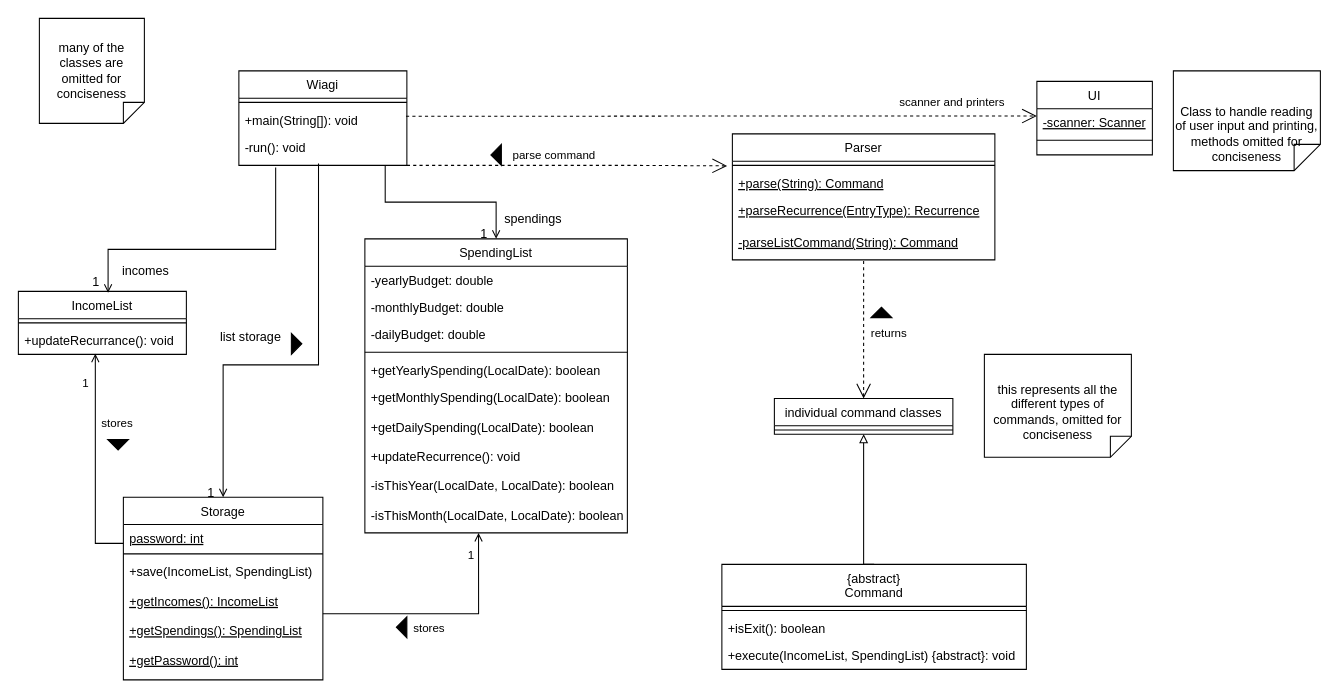
Earlier version of the draw.io diagram docs/Diagrams/overallClass.drawio (wongwh2002/CS2113TeamProject). Source tidied: cells renumbered, new cells numbered last; positions are measured from the earlier drawing's top-left corner, leaving out a move shared by most shapes. Both pictures are drawn from the tidied source at 105%, with x=0, y=0 at pixel (18, 18).
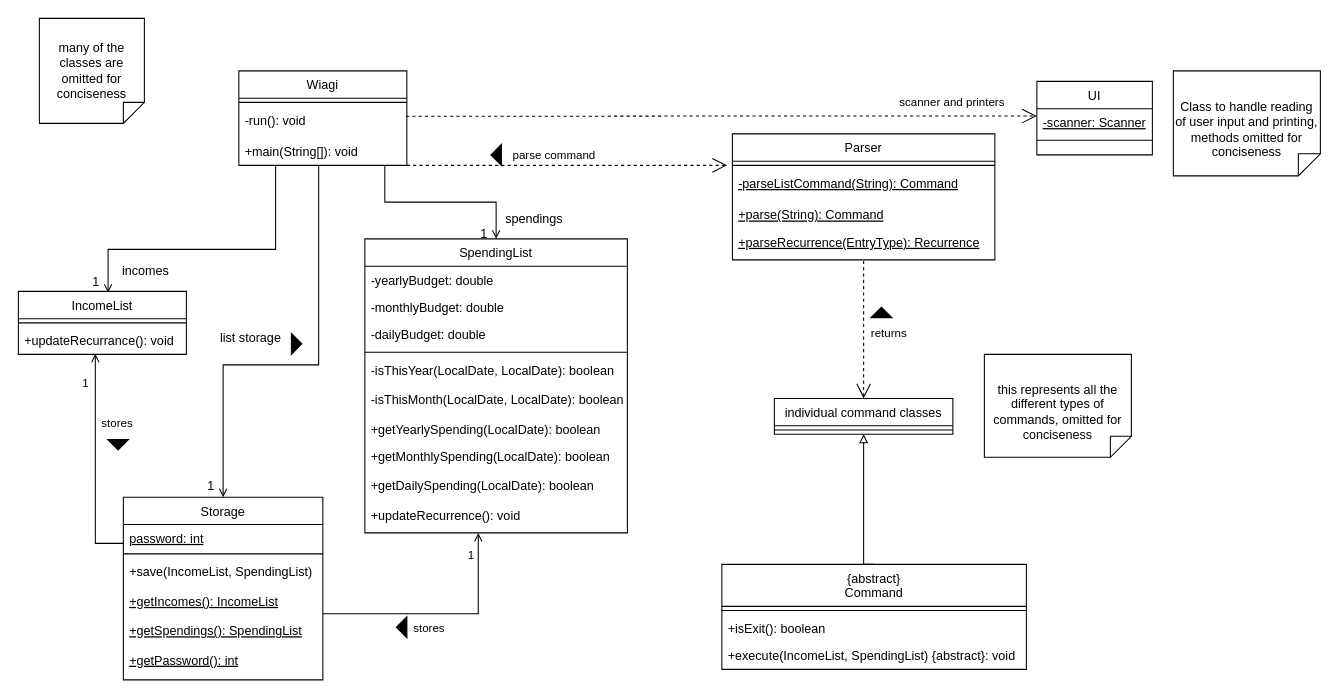
Above is the later version.

The change refers to these unchanged cells:
```xml
<mxCell id="2" value="Wiagi" style="swimlane;fontStyle=0;align=center;verticalAlign=top;horizontal=1;startSize=26;rounded=0;shadow=0;strokeWidth=1;" parent="1" vertex="1">
  <mxGeometry x="210" y="50" width="160" height="90" as="geometry" />
</mxCell>
<mxCell id="6" value="IncomeList" style="swimlane;fontStyle=0;align=center;verticalAlign=top;horizontal=1;startSize=26;rounded=0;shadow=0;strokeWidth=1;" parent="1" vertex="1">
  <mxGeometry y="260" width="160" height="60" as="geometry" />
</mxCell>
<mxCell id="9" value="Storage" style="swimlane;fontStyle=0;align=center;verticalAlign=top;horizontal=1;startSize=26;rounded=0;shadow=0;strokeWidth=1;" parent="1" vertex="1">
  <mxGeometry x="100" y="456" width="190" height="174" as="geometry" />
</mxCell>
<mxCell id="16" value="SpendingList" style="swimlane;fontStyle=0;align=center;verticalAlign=top;horizontal=1;startSize=26;rounded=0;shadow=0;strokeWidth=1;" parent="1" vertex="1">
  <mxGeometry x="330" y="210" width="250" height="280" as="geometry" />
</mxCell>
<mxCell id="51" value="Parser" style="swimlane;fontStyle=0;align=center;verticalAlign=top;horizontal=1;startSize=26;rounded=0;shadow=0;strokeWidth=1;" parent="1" vertex="1">
  <mxGeometry x="680" y="110" width="250" height="120" as="geometry" />
</mxCell>
```

Diff of the diagram source:
```diff
@@
+    <mxCell id="5" value="-run(): void" style="text;align=left;verticalAlign=top;spacingLeft=4;spacingRight=4;overflow=hidden;points=[[0,0.5],[1,0.5]];portConstraint=eastwest;" parent="2" vertex="1">
+      <mxGeometry y="34" width="160" height="30" as="geometry" />
+    </mxCell>
     <mxCell id="4" value="+main(String[]): void" style="text;align=left;verticalAlign=top;spacingLeft=4;spacingRight=4;overflow=hidden;" parent="2" vertex="1">
-      <mxGeometry y="34" width="160" height="26" as="geometry" />
+      <mxGeometry y="64" width="160" height="26" as="geometry" />
     </mxCell>
-    <mxCell id="5" value="-run(): void" style="text;align=left;verticalAlign=top;spacingLeft=4;spacingRight=4;overflow=hidden;points=[[0,0.5],[1,0.5]];portConstraint=eastwest;" parent="2" vertex="1">
-      <mxGeometry y="60" width="160" height="30" as="geometry" />
-    </mxCell>
@@
+    <mxCell id="25" value="-isThisYear(LocalDate, LocalDate): boolean" style="text;align=left;verticalAlign=top;spacingLeft=4;spacingRight=4;overflow=hidden;" parent="16" vertex="1">
+      <mxGeometry y="112" width="250" height="28" as="geometry" />
+    </mxCell>
+    <mxCell id="26" value="-isThisMonth(LocalDate, LocalDate): boolean" style="text;align=left;verticalAlign=top;spacingLeft=4;spacingRight=4;overflow=hidden;points=[[0,0.5],[1,0.5]];portConstraint=eastwest;" parent="16" vertex="1">
+      <mxGeometry y="140" width="250" height="28" as="geometry" />
+    </mxCell>
     <mxCell id="21" value="+getYearlySpending(LocalDate): boolean" style="text;align=left;verticalAlign=top;spacingLeft=4;spacingRight=4;overflow=hidden;" parent="16" vertex="1">
-      <mxGeometry y="112" width="250" height="26" as="geometry" />
+      <mxGeometry y="168" width="250" height="26" as="geometry" />
     </mxCell>
     <mxCell id="22" value="+getMonthlySpending(LocalDate): boolean" style="text;align=left;verticalAlign=top;spacingLeft=4;spacingRight=4;overflow=hidden;" parent="16" vertex="1">
-      <mxGeometry y="138" width="250" height="28" as="geometry" />
+      <mxGeometry y="194" width="250" height="28" as="geometry" />
     </mxCell>
     <mxCell id="23" value="+getDailySpending(LocalDate): boolean" style="text;align=left;verticalAlign=top;spacingLeft=4;spacingRight=4;overflow=hidden;" parent="16" vertex="1">
-      <mxGeometry y="166" width="250" height="28" as="geometry" />
+      <mxGeometry y="222" width="250" height="28" as="geometry" />
     </mxCell>
     <mxCell id="24" value="+updateRecurrence(): void&#10;" style="text;align=left;verticalAlign=top;spacingLeft=4;spacingRight=4;overflow=hidden;" parent="16" vertex="1">
-      <mxGeometry y="194" width="250" height="28" as="geometry" />
+      <mxGeometry y="250" width="250" height="28" as="geometry" />
     </mxCell>
-    <mxCell id="25" value="-isThisYear(LocalDate, LocalDate): boolean" style="text;align=left;verticalAlign=top;spacingLeft=4;spacingRight=4;overflow=hidden;" parent="16" vertex="1">
-      <mxGeometry y="222" width="250" height="28" as="geometry" />
-    </mxCell>
-    <mxCell id="26" value="-isThisMonth(LocalDate, LocalDate): boolean" style="text;align=left;verticalAlign=top;spacingLeft=4;spacingRight=4;overflow=hidden;points=[[0,0.5],[1,0.5]];portConstraint=eastwest;" parent="16" vertex="1">
-      <mxGeometry y="250" width="250" height="28" as="geometry" />
-    </mxCell>
-    <mxCell id="27" style="endArrow=open;shadow=0;strokeWidth=1;rounded=0;curved=0;endFill=1;edgeStyle=elbowEdgeStyle;elbow=vertical;exitX=0.871;exitY=1.019;exitDx=0;exitDy=0;exitPerimeter=0;" parent="1" edge="1" source="5" target="16">
+    <mxCell id="27" style="endArrow=open;shadow=0;strokeWidth=1;rounded=0;curved=0;endFill=1;edgeStyle=elbowEdgeStyle;elbow=vertical;" parent="1" edge="1" target="16">
       <mxGeometry x="0.5" y="41" relative="1" as="geometry">
+        <mxPoint x="349" y="140" as="sourcePoint" />
         <mxPoint x="-40" y="32" as="offset" />
       </mxGeometry>
     </mxCell>
@@
-    <mxCell id="31" style="endArrow=open;shadow=0;strokeWidth=1;rounded=0;curved=0;endFill=1;edgeStyle=elbowEdgeStyle;elbow=vertical;exitX=0.219;exitY=1.067;exitDx=0;exitDy=0;exitPerimeter=0;entryX=0.534;entryY=0.023;entryDx=0;entryDy=0;entryPerimeter=0;" parent="1" edge="1" source="5" target="6">
+    <mxCell id="31" style="endArrow=open;shadow=0;strokeWidth=1;rounded=0;curved=0;endFill=1;edgeStyle=elbowEdgeStyle;elbow=vertical;entryX=0.534;entryY=0.023;entryDx=0;entryDy=0;entryPerimeter=0;" parent="1" edge="1" target="6">
       <mxGeometry x="0.5" y="41" relative="1" as="geometry">
+        <mxPoint x="245" y="140" as="sourcePoint" />
         <Array as="points">
           <mxPoint x="160" y="220" />
         </Array>
         <mxPoint x="-40" y="32" as="offset" />
       </mxGeometry>
     </mxCell>
@@
-    <mxCell id="35" style="endArrow=open;shadow=0;strokeWidth=1;rounded=0;curved=0;endFill=1;edgeStyle=elbowEdgeStyle;elbow=vertical;exitX=0.474;exitY=0.943;exitDx=0;exitDy=0;exitPerimeter=0;entryX=0.5;entryY=0;entryDx=0;entryDy=0;" parent="1" edge="1" source="5" target="9">
+    <mxCell id="35" style="endArrow=open;shadow=0;strokeWidth=1;rounded=0;curved=0;endFill=1;edgeStyle=elbowEdgeStyle;elbow=vertical;entryX=0.5;entryY=0;entryDx=0;entryDy=0;" parent="1" edge="1" target="9">
       <mxGeometry x="0.5" y="41" relative="1" as="geometry">
+        <mxPoint x="286" y="140" as="sourcePoint" />
         <Array as="points">
           <mxPoint x="280" y="330" />
         </Array>
         <mxPoint x="-40" y="32" as="offset" />
       </mxGeometry>
     </mxCell>
@@
     <mxCell id="37" value="1" style="align=right;verticalAlign=bottom;labelBackgroundColor=none;fontSize=12;" parent="35" vertex="1">
       <mxGeometry x="1" relative="1" as="geometry">
-        <mxPoint x="-7" y="4" as="offset" />
+        <mxPoint x="-7" y="-2" as="offset" />
       </mxGeometry>
     </mxCell>
@@
-    <mxCell id="44" style="edgeStyle=orthogonalEdgeStyle;rounded=0;jettySize=auto;html=1;entryX=0.433;entryY=1.076;entryDx=0;entryDy=0;entryPerimeter=0;endArrow=open;endFill=0;" parent="1" edge="1" target="26">
+    <mxCell id="44" style="edgeStyle=orthogonalEdgeStyle;rounded=0;orthogonalLoop=1;jettySize=auto;html=1;endArrow=open;endFill=0;" parent="1" edge="1">
       <mxGeometry relative="1" as="geometry">
         <mxPoint x="290" y="567" as="sourcePoint" />
+        <mxPoint x="438" y="490" as="targetPoint" />
         <Array as="points">
           <mxPoint x="438" y="567" />
         </Array>
       </mxGeometry>
     </mxCell>
@@
+    <mxCell id="55" value="-parseListCommand(String): Command" style="text;align=left;verticalAlign=top;spacingLeft=4;spacingRight=4;overflow=hidden;fontStyle=4;" parent="51" vertex="1">
+      <mxGeometry y="34" width="250" height="30" as="geometry" />
+    </mxCell>
     <mxCell id="53" value="+parse(String): Command" style="text;align=left;verticalAlign=top;spacingLeft=4;spacingRight=4;overflow=hidden;points=[[0,0.5],[1,0.5]];portConstraint=eastwest;fontStyle=4;" parent="51" vertex="1">
-      <mxGeometry y="34" width="250" height="26" as="geometry" />
+      <mxGeometry y="64" width="250" height="26" as="geometry" />
     </mxCell>
     <mxCell id="54" value="+parseRecurrence(EntryType): Recurrence" style="text;align=left;verticalAlign=top;spacingLeft=4;spacingRight=4;overflow=hidden;fontStyle=4;" parent="51" vertex="1">
-      <mxGeometry y="60" width="250" height="30" as="geometry" />
+      <mxGeometry y="90" width="250" height="30" as="geometry" />
     </mxCell>
-    <mxCell id="55" value="-parseListCommand(String): Command" style="text;align=left;verticalAlign=top;spacingLeft=4;spacingRight=4;overflow=hidden;fontStyle=4;" parent="51" vertex="1">
-      <mxGeometry y="90" width="250" height="30" as="geometry" />
-    </mxCell>
-    <mxCell id="56" value="parse command" style="endArrow=open;endSize=12;dashed=1;html=1;rounded=0;entryX=-0.02;entryY=-0.135;entryDx=0;entryDy=0;entryPerimeter=0;" parent="1" edge="1" target="53">
+    <mxCell id="56" value="parse command" style="endArrow=open;endSize=12;dashed=1;html=1;rounded=0;" parent="1" edge="1">
       <mxGeometry x="-0.08" y="10" relative="1" as="geometry">
         <mxPoint x="370" y="140" as="sourcePoint" />
+        <mxPoint x="675" y="140" as="targetPoint" />
         <Array as="points">
           <mxPoint x="590" y="140" />
         </Array>
       </mxGeometry>
     </mxCell>
@@
-    <mxCell id="66" value="Class to handle reading of user input and printing, methods omitted for conciseness" style="shape=note2;boundedLbl=1;whiteSpace=wrap;html=1;size=25;verticalAlign=top;align=center;flipV=1;" parent="1" vertex="1">
-      <mxGeometry x="1100" y="50" width="140" height="95" as="geometry" />
+    <mxCell id="66" value="Class to handle reading of user input and printing, methods omitted for conciseness" style="shape=note2;boundedLbl=1;whiteSpace=wrap;html=1;size=21;verticalAlign=top;align=center;flipV=1;" parent="1" vertex="1">
+      <mxGeometry x="1100" y="50" width="140" height="100" as="geometry" />
     </mxCell>
```
